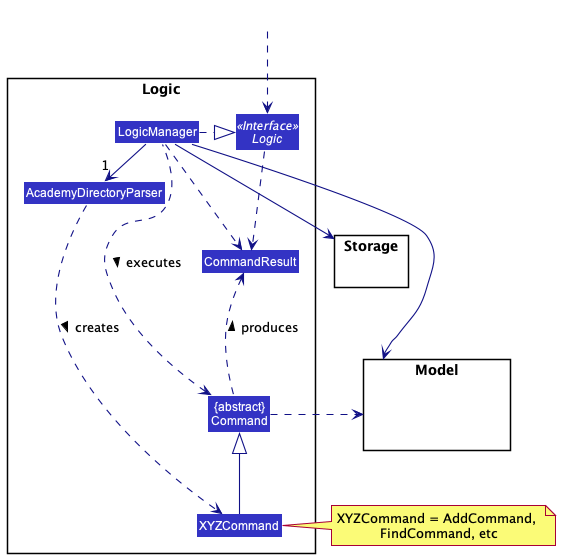
Before: docs/images/dg/architecture/logic/LogicClassDiagram.png, a diagram exported from PlantUML (nus-cs2103-AY2122S1/tp).
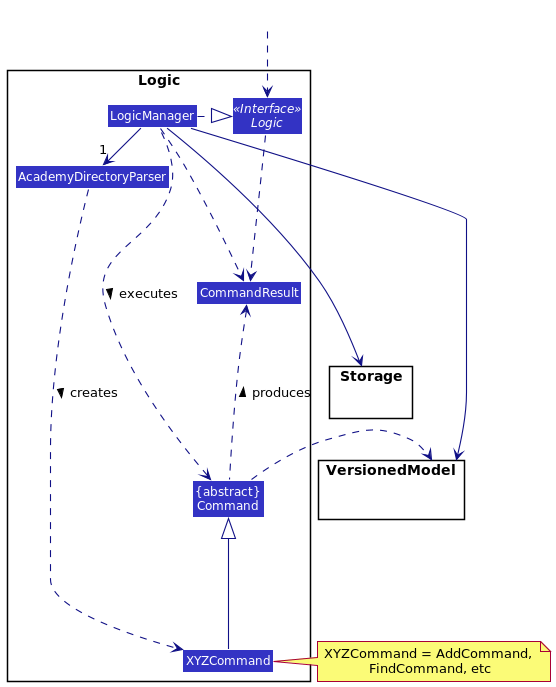
After the commit.

Commit message:
Update DeveloperGuide Model -> VersionedModel in all diagram

The edit, as a diff of the source:
```diff
@@ -1,5 +1,5 @@
 @startuml
-!include style.puml
+!include ../../style.puml
 skinparam arrowThickness 1.1
 skinparam arrowColor LOGIC_COLOR_T4
 skinparam classBackgroundColor LOGIC_COLOR
@@ -16,7 +16,7 @@
 Class LogicManager
 }
 
-package Model{
+package VersionedModel{
 Class HiddenModel #FFFFFF
 }
 
@@ -33,11 +33,11 @@
 XYZCommand -up-|> Command
 LogicManager .left.> Command : executes >
 
-LogicManager --> Model
+LogicManager --> VersionedModel
 LogicManager --> Storage
-Storage --[hidden] Model
+Storage --[hidden] VersionedModel
 Command .[hidden]up.> Storage
-Command .right.> Model
+Command .right.> VersionedModel
 note right of XYZCommand: XYZCommand = AddCommand, \nFindCommand, etc
 
 Logic ..> CommandResult
```
